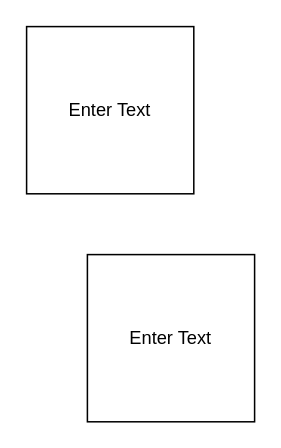
The draw.io diagram TEST.drawio in jeshuaerickson/hh2022, before the edit. Source tidied: cells renumbered, new cells numbered last; positions are measured from the earlier drawing's top-left corner, leaving out a move shared by most shapes. Both pictures are drawn from the tidied source at 152%, with x=0, y=0 at pixel (26, 26).
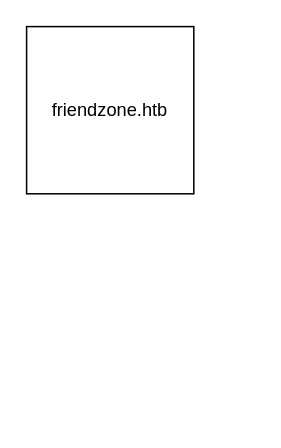
The same page after the edit.

Diff of the diagram source:
```diff
@@
 <mxGraphModel>
   <root>
     <mxCell id="0" />
     <mxCell id="1" parent="0" />
-    <mxCell id="2" value="Enter Text" style="whiteSpace=wrap;html=1;" parent="1" vertex="1">
+    <mxCell id="2" value="friendzone.htb" style="whiteSpace=wrap;html=1;" parent="1" vertex="1">
       <mxGeometry width="110" height="110" as="geometry" />
     </mxCell>
-    <mxCell id="3" value="Enter Text" style="whiteSpace=wrap;html=1;" parent="1" vertex="1">
-      <mxGeometry x="40" y="150" width="110" height="110" as="geometry" />
-    </mxCell>
   </root>
 </mxGraphModel>
```
